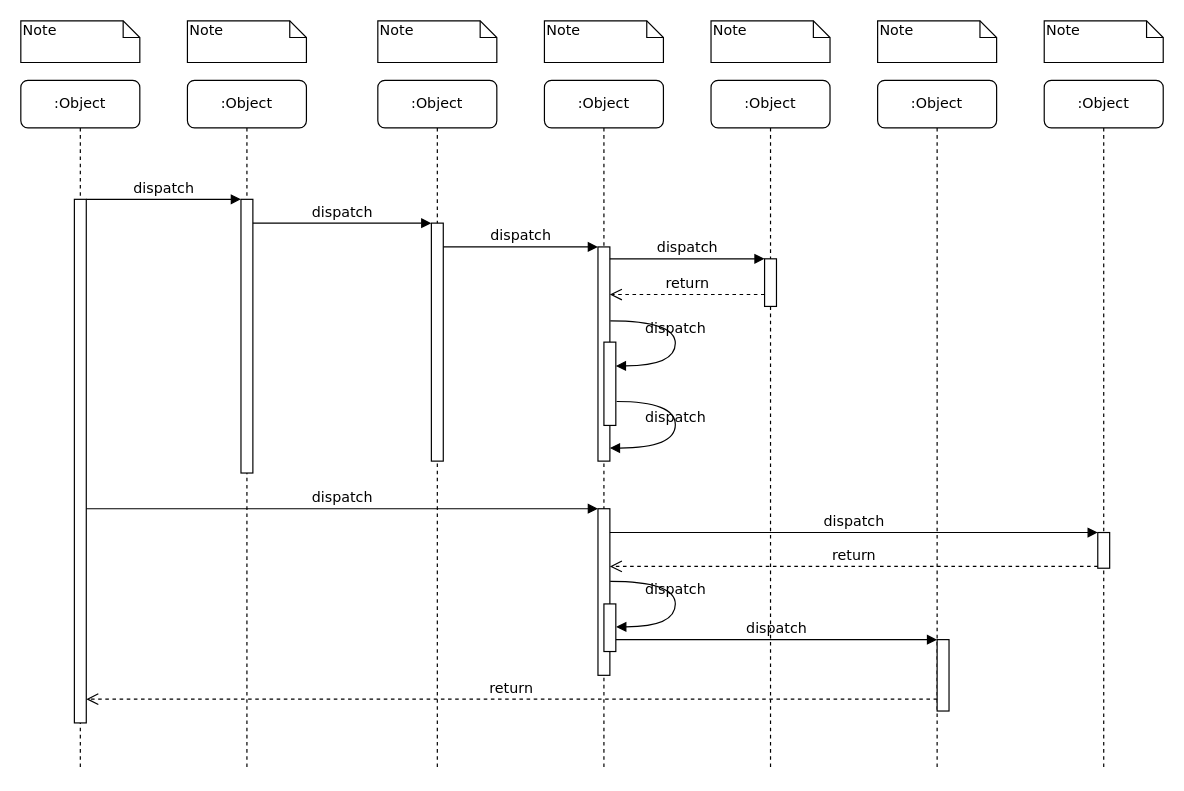
Above: 未命名绘图.drawio in QWER-Zy/miniob-try (draw.io), before the change. Source tidied: cells renumbered, new cells numbered last; positions are measured from the earlier drawing's top-left corner, leaving out a move shared by most shapes. Both pictures are drawn from the tidied source at 119%, with x=0, y=0 at pixel (20, 20).
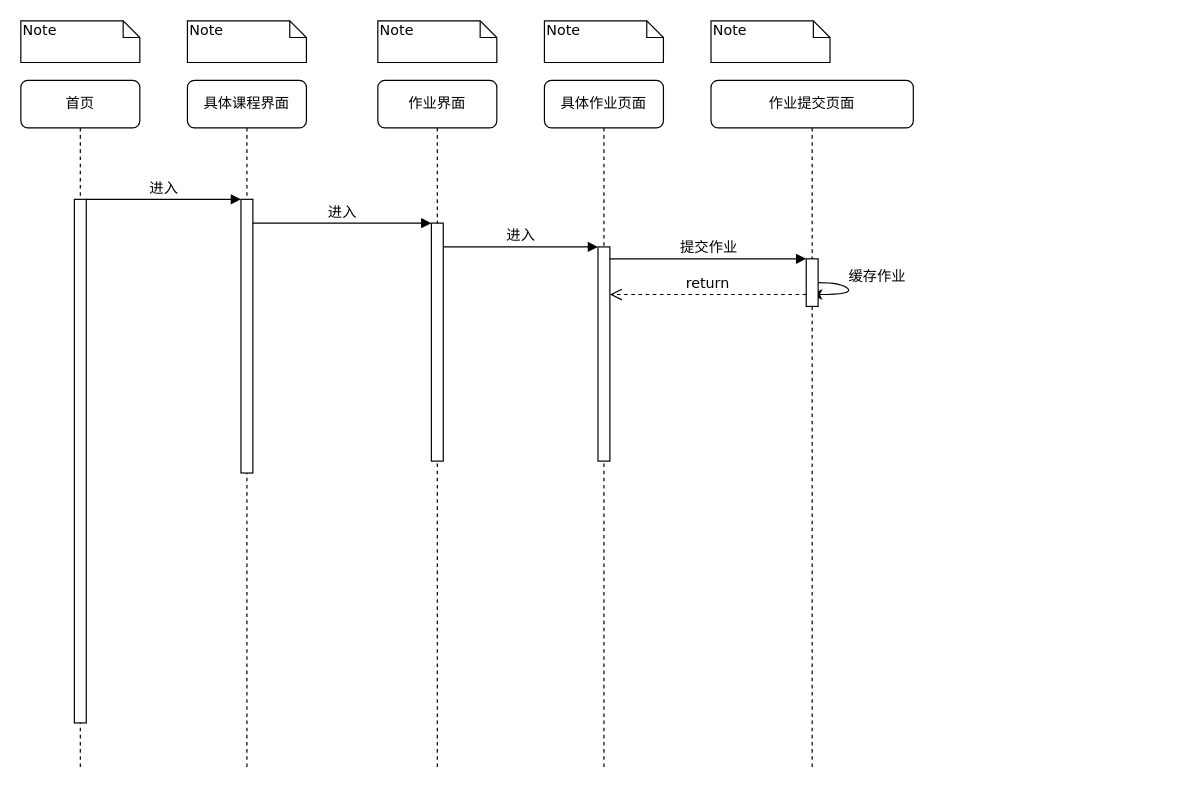
The same diagram, later.

Commit message:
更新未命名绘图.drawio

The change refers to these unchanged cells:
```xml
<mxCell id="3" style="html=1;points=[];perimeter=orthogonalPerimeter;rounded=0;shadow=0;comic=0;labelBackgroundColor=none;strokeWidth=1;fontFamily=Verdana;fontSize=12;align=center;" parent="2" vertex="1">
  <mxGeometry x="45" y="100" width="10" height="230" as="geometry" />
</mxCell>
<mxCell id="5" style="html=1;points=[];perimeter=orthogonalPerimeter;rounded=0;shadow=0;comic=0;labelBackgroundColor=none;strokeWidth=1;fontFamily=Verdana;fontSize=12;align=center;" parent="4" vertex="1">
  <mxGeometry x="45" y="120" width="10" height="200" as="geometry" />
</mxCell>
<mxCell id="11" style="html=1;points=[];perimeter=orthogonalPerimeter;rounded=0;shadow=0;comic=0;labelBackgroundColor=none;strokeWidth=1;fontFamily=Verdana;fontSize=12;align=center;" parent="10" vertex="1">
  <mxGeometry x="45" y="100" width="10" height="440" as="geometry" />
</mxCell>
<mxCell id="12" style="html=1;points=[];perimeter=orthogonalPerimeter;rounded=0;shadow=0;comic=0;labelBackgroundColor=none;strokeWidth=1;fontFamily=Verdana;fontSize=12;align=center;" parent="1" vertex="1">
  <mxGeometry x="485" y="190" width="10" height="180" as="geometry" />
</mxCell>
```

Change to the diagram source:
```diff
@@
-    <mxCell id="2" value=":Object" style="shape=umlLifeline;perimeter=lifelinePerimeter;whiteSpace=wrap;html=1;rounded=1;shadow=0;comic=0;labelBackgroundColor=none;strokeWidth=1;fontFamily=Verdana;fontSize=12;align=center;" parent="1" vertex="1">
+    <mxCell id="2" value="具体课程界面" style="shape=umlLifeline;perimeter=lifelinePerimeter;whiteSpace=wrap;html=1;rounded=1;shadow=0;comic=0;labelBackgroundColor=none;strokeWidth=1;fontFamily=Verdana;fontSize=12;align=center;" parent="1" vertex="1">
       <mxGeometry x="140" y="50" width="100" height="580" as="geometry" />
     </mxCell>
@@
-    <mxCell id="4" value=":Object" style="shape=umlLifeline;perimeter=lifelinePerimeter;whiteSpace=wrap;html=1;rounded=1;shadow=0;comic=0;labelBackgroundColor=none;strokeWidth=1;fontFamily=Verdana;fontSize=12;align=center;" parent="1" vertex="1">
+    <mxCell id="4" value="作业界面" style="shape=umlLifeline;perimeter=lifelinePerimeter;whiteSpace=wrap;html=1;rounded=1;shadow=0;comic=0;labelBackgroundColor=none;strokeWidth=1;fontFamily=Verdana;fontSize=12;align=center;" parent="1" vertex="1">
       <mxGeometry x="300" y="50" width="100" height="580" as="geometry" />
     </mxCell>
@@
-    <mxCell id="6" value=":Object" style="shape=umlLifeline;perimeter=lifelinePerimeter;whiteSpace=wrap;html=1;rounded=1;shadow=0;comic=0;labelBackgroundColor=none;strokeWidth=1;fontFamily=Verdana;fontSize=12;align=center;" parent="1" vertex="1">
+    <mxCell id="6" value="具体作业页面" style="shape=umlLifeline;perimeter=lifelinePerimeter;whiteSpace=wrap;html=1;rounded=1;shadow=0;comic=0;labelBackgroundColor=none;strokeWidth=1;fontFamily=Verdana;fontSize=12;align=center;" parent="1" vertex="1">
       <mxGeometry x="440" y="50" width="100" height="580" as="geometry" />
     </mxCell>
-    <mxCell id="7" value=":Object" style="shape=umlLifeline;perimeter=lifelinePerimeter;whiteSpace=wrap;html=1;outlineConnect=0;rounded=1;shadow=0;comic=0;labelBackgroundColor=none;strokeWidth=1;fontFamily=Verdana;fontSize=12;align=center;" parent="1" vertex="1">
-      <mxGeometry x="580" y="50" width="100" height="580" as="geometry" />
+    <mxCell id="7" value="作业提交页面" style="shape=umlLifeline;perimeter=lifelinePerimeter;whiteSpace=wrap;html=1;outlineConnect=0;rounded=1;shadow=0;comic=0;labelBackgroundColor=none;strokeWidth=1;fontFamily=Verdana;fontSize=12;align=center;" parent="1" vertex="1">
+      <mxGeometry x="580" y="50" width="170" height="580" as="geometry" />
     </mxCell>
-    <mxCell id="8" value=":Object" style="shape=umlLifeline;perimeter=lifelinePerimeter;whiteSpace=wrap;html=1;rounded=1;shadow=0;comic=0;labelBackgroundColor=none;strokeWidth=1;fontFamily=Verdana;fontSize=12;align=center;" parent="1" vertex="1">
-      <mxGeometry x="720" y="50" width="100" height="580" as="geometry" />
-    </mxCell>
-    <mxCell id="9" value=":Object" style="shape=umlLifeline;perimeter=lifelinePerimeter;whiteSpace=wrap;html=1;rounded=1;shadow=0;comic=0;labelBackgroundColor=none;strokeWidth=1;fontFamily=Verdana;fontSize=12;align=center;" parent="1" vertex="1">
-      <mxGeometry x="860" y="50" width="100" height="580" as="geometry" />
-    </mxCell>
+    <mxCell id="39" style="curved=1;endArrow=classic;html=1;rounded=0;" parent="7" edge="1" source="14" target="7">
+      <mxGeometry relative="1" as="geometry">
+        <Array as="points">
+          <mxPoint x="110" y="170" />
+          <mxPoint x="120" y="180" />
+        </Array>
+      </mxGeometry>
+    </mxCell>
+    <mxCell id="40" value="缓存作业" style="text;strokeColor=none;align=center;fillColor=none;html=1;verticalAlign=middle;whiteSpace=wrap;rounded=0;" parent="7" vertex="1">
+      <mxGeometry x="110" y="150" width="60" height="30" as="geometry" />
+    </mxCell>
+    <mxCell id="14" style="html=1;points=[];perimeter=orthogonalPerimeter;rounded=0;shadow=0;comic=0;labelBackgroundColor=none;strokeWidth=1;fontFamily=Verdana;fontSize=12;align=center;" parent="7" vertex="1">
+      <mxGeometry x="80" y="150" width="10" height="40" as="geometry" />
+    </mxCell>
-    <mxCell id="10" value=":Object" style="shape=umlLifeline;perimeter=lifelinePerimeter;whiteSpace=wrap;html=1;rounded=1;shadow=0;comic=0;labelBackgroundColor=none;strokeWidth=1;fontFamily=Verdana;fontSize=12;align=center;" parent="1" vertex="1">
+    <mxCell id="10" value="首页" style="shape=umlLifeline;perimeter=lifelinePerimeter;whiteSpace=wrap;html=1;rounded=1;shadow=0;comic=0;labelBackgroundColor=none;strokeWidth=1;fontFamily=Verdana;fontSize=12;align=center;" parent="1" vertex="1">
       <mxGeometry y="50" width="100" height="580" as="geometry" />
     </mxCell>
@@
-    <mxCell id="13" value="dispatch" style="html=1;verticalAlign=bottom;endArrow=block;labelBackgroundColor=none;fontFamily=Verdana;fontSize=12;edgeStyle=elbowEdgeStyle;elbow=vertical;" parent="1" edge="1" source="5" target="12">
+    <mxCell id="13" value="进入" style="html=1;verticalAlign=bottom;endArrow=block;labelBackgroundColor=none;fontFamily=Verdana;fontSize=12;edgeStyle=elbowEdgeStyle;elbow=vertical;" parent="1" edge="1" source="5" target="12">
       <mxGeometry relative="1" as="geometry">
         <Array as="points">
           <mxPoint x="360" y="190" />
         </Array>
       </mxGeometry>
     </mxCell>
-    <mxCell id="14" style="html=1;points=[];perimeter=orthogonalPerimeter;rounded=0;shadow=0;comic=0;labelBackgroundColor=none;strokeWidth=1;fontFamily=Verdana;fontSize=12;align=center;" parent="1" vertex="1">
-      <mxGeometry x="625" y="200" width="10" height="40" as="geometry" />
-    </mxCell>
-    <mxCell id="15" value="dispatch" style="html=1;verticalAlign=bottom;endArrow=block;entryX=0;entryY=0;labelBackgroundColor=none;fontFamily=Verdana;fontSize=12;edgeStyle=elbowEdgeStyle;elbow=vertical;" parent="1" edge="1" source="12" target="14">
+    <mxCell id="15" value="提交作业" style="html=1;verticalAlign=bottom;endArrow=block;entryX=0;entryY=0;labelBackgroundColor=none;fontFamily=Verdana;fontSize=12;edgeStyle=elbowEdgeStyle;elbow=vertical;" parent="1" edge="1" source="12" target="14">
       <mxGeometry relative="1" as="geometry" />
     </mxCell>
@@
-    <mxCell id="17" style="html=1;points=[];perimeter=orthogonalPerimeter;rounded=0;shadow=0;comic=0;labelBackgroundColor=none;strokeWidth=1;fontFamily=Verdana;fontSize=12;align=center;" parent="1" vertex="1">
-      <mxGeometry x="485" y="410" width="10" height="140" as="geometry" />
-    </mxCell>
-    <mxCell id="18" value="dispatch" style="html=1;verticalAlign=bottom;endArrow=block;entryX=0;entryY=0;labelBackgroundColor=none;fontFamily=Verdana;fontSize=12;" parent="1" edge="1" source="11" target="17">
-      <mxGeometry relative="1" as="geometry" />
-    </mxCell>
-    <mxCell id="19" style="html=1;points=[];perimeter=orthogonalPerimeter;rounded=0;shadow=0;comic=0;labelBackgroundColor=none;strokeColor=#000000;strokeWidth=1;fillColor=#FFFFFF;fontFamily=Verdana;fontSize=12;fontColor=#000000;align=center;" parent="1" vertex="1">
-      <mxGeometry x="905" y="430" width="10" height="30" as="geometry" />
-    </mxCell>
-    <mxCell id="20" value="dispatch" style="html=1;verticalAlign=bottom;endArrow=block;entryX=0;entryY=0;labelBackgroundColor=none;fontFamily=Verdana;fontSize=12;" parent="1" edge="1" source="17" target="19">
-      <mxGeometry relative="1" as="geometry" />
-    </mxCell>
-    <mxCell id="21" value="return" style="html=1;verticalAlign=bottom;endArrow=open;dashed=1;endSize=8;exitX=0;exitY=0.95;labelBackgroundColor=none;fontFamily=Verdana;fontSize=12;" parent="1" edge="1" source="19" target="17">
-      <mxGeometry relative="1" as="geometry" />
-    </mxCell>
-    <mxCell id="22" style="html=1;points=[];perimeter=orthogonalPerimeter;rounded=0;shadow=0;comic=0;labelBackgroundColor=none;strokeWidth=1;fontFamily=Verdana;fontSize=12;align=center;" parent="1" vertex="1">
-      <mxGeometry x="770" y="520" width="10" height="60" as="geometry" />
-    </mxCell>
-    <mxCell id="23" value="dispatch" style="html=1;verticalAlign=bottom;endArrow=block;entryX=0;entryY=0;labelBackgroundColor=none;fontFamily=Verdana;fontSize=12;edgeStyle=elbowEdgeStyle;elbow=vertical;" parent="1" edge="1" source="30" target="22">
-      <mxGeometry relative="1" as="geometry" />
-    </mxCell>
-    <mxCell id="24" value="return" style="html=1;verticalAlign=bottom;endArrow=open;dashed=1;endSize=8;labelBackgroundColor=none;fontFamily=Verdana;fontSize=12;edgeStyle=elbowEdgeStyle;elbow=vertical;" parent="1" edge="1" source="22" target="11">
-      <mxGeometry relative="1" as="geometry">
-        <Array as="points">
-          <mxPoint x="470" y="570" />
-        </Array>
-      </mxGeometry>
-    </mxCell>
-    <mxCell id="25" value="dispatch" style="html=1;verticalAlign=bottom;endArrow=block;entryX=0;entryY=0;labelBackgroundColor=none;fontFamily=Verdana;fontSize=12;edgeStyle=elbowEdgeStyle;elbow=vertical;" parent="1" edge="1" source="11" target="3">
+    <mxCell id="25" value="进入" style="html=1;verticalAlign=bottom;endArrow=block;entryX=0;entryY=0;labelBackgroundColor=none;fontFamily=Verdana;fontSize=12;edgeStyle=elbowEdgeStyle;elbow=vertical;" parent="1" edge="1" source="11" target="3">
       <mxGeometry relative="1" as="geometry" />
     </mxCell>
-    <mxCell id="26" value="dispatch" style="html=1;verticalAlign=bottom;endArrow=block;entryX=0;entryY=0;labelBackgroundColor=none;fontFamily=Verdana;fontSize=12;edgeStyle=elbowEdgeStyle;elbow=vertical;" parent="1" edge="1" source="3" target="5">
+    <mxCell id="26" value="进入" style="html=1;verticalAlign=bottom;endArrow=block;entryX=0;entryY=0;labelBackgroundColor=none;fontFamily=Verdana;fontSize=12;edgeStyle=elbowEdgeStyle;elbow=vertical;" parent="1" edge="1" source="3" target="5">
       <mxGeometry relative="1" as="geometry" />
     </mxCell>
-    <mxCell id="27" style="html=1;points=[];perimeter=orthogonalPerimeter;rounded=0;shadow=0;comic=0;labelBackgroundColor=none;strokeWidth=1;fontFamily=Verdana;fontSize=12;align=center;" parent="1" vertex="1">
-      <mxGeometry x="490" y="270" width="10" height="70" as="geometry" />
-    </mxCell>
-    <mxCell id="28" value="dispatch" style="html=1;verticalAlign=bottom;endArrow=block;labelBackgroundColor=none;fontFamily=Verdana;fontSize=12;elbow=vertical;edgeStyle=orthogonalEdgeStyle;curved=1;entryX=1;entryY=0.286;entryPerimeter=0;exitX=1.038;exitY=0.345;exitPerimeter=0;" parent="1" edge="1" source="12" target="27">
-      <mxGeometry relative="1" as="geometry">
-        <Array as="points">
-          <mxPoint x="550" y="252" />
-          <mxPoint x="550" y="290" />
-        </Array>
-      </mxGeometry>
-    </mxCell>
-    <mxCell id="29" value="dispatch" style="html=1;verticalAlign=bottom;endArrow=block;labelBackgroundColor=none;fontFamily=Verdana;fontSize=12;elbow=vertical;edgeStyle=orthogonalEdgeStyle;curved=1;exitX=1.066;exitY=0.713;exitPerimeter=0;" parent="1" edge="1" source="27">
-      <mxGeometry relative="1" as="geometry">
-        <mxPoint x="495" y="359" as="targetPoint" />
-        <Array as="points">
-          <mxPoint x="550" y="320" />
-          <mxPoint x="550" y="359" />
-        </Array>
-      </mxGeometry>
-    </mxCell>
-    <mxCell id="30" style="html=1;points=[];perimeter=orthogonalPerimeter;rounded=0;shadow=0;comic=0;labelBackgroundColor=none;strokeWidth=1;fontFamily=Verdana;fontSize=12;align=center;" parent="1" vertex="1">
-      <mxGeometry x="490" y="490" width="10" height="40" as="geometry" />
-    </mxCell>
-    <mxCell id="31" value="dispatch" style="html=1;verticalAlign=bottom;endArrow=block;labelBackgroundColor=none;fontFamily=Verdana;fontSize=12;elbow=vertical;edgeStyle=orthogonalEdgeStyle;curved=1;entryX=1;entryY=0.286;entryPerimeter=0;exitX=1.038;exitY=0.345;exitPerimeter=0;" parent="1" edge="1">
-      <mxGeometry relative="1" as="geometry">
-        <mxPoint x="495.3" y="471" as="sourcePoint" />
-        <mxPoint x="500.3" y="509.3" as="targetPoint" />
-        <Array as="points">
-          <mxPoint x="550" y="471" />
-          <mxPoint x="550" y="509" />
-        </Array>
-      </mxGeometry>
-    </mxCell>
@@
-    <mxCell id="37" value="Note" style="shape=note;whiteSpace=wrap;html=1;size=14;verticalAlign=top;align=left;spacingTop=-6;rounded=0;shadow=0;comic=0;labelBackgroundColor=none;strokeWidth=1;fontFamily=Verdana;fontSize=12;" parent="1" vertex="1">
-      <mxGeometry x="720" width="100" height="35" as="geometry" />
-    </mxCell>
-    <mxCell id="38" value="Note" style="shape=note;whiteSpace=wrap;html=1;size=14;verticalAlign=top;align=left;spacingTop=-6;rounded=0;shadow=0;comic=0;labelBackgroundColor=none;strokeWidth=1;fontFamily=Verdana;fontSize=12;" parent="1" vertex="1">
-      <mxGeometry x="860" width="100" height="35" as="geometry" />
-    </mxCell>
```
